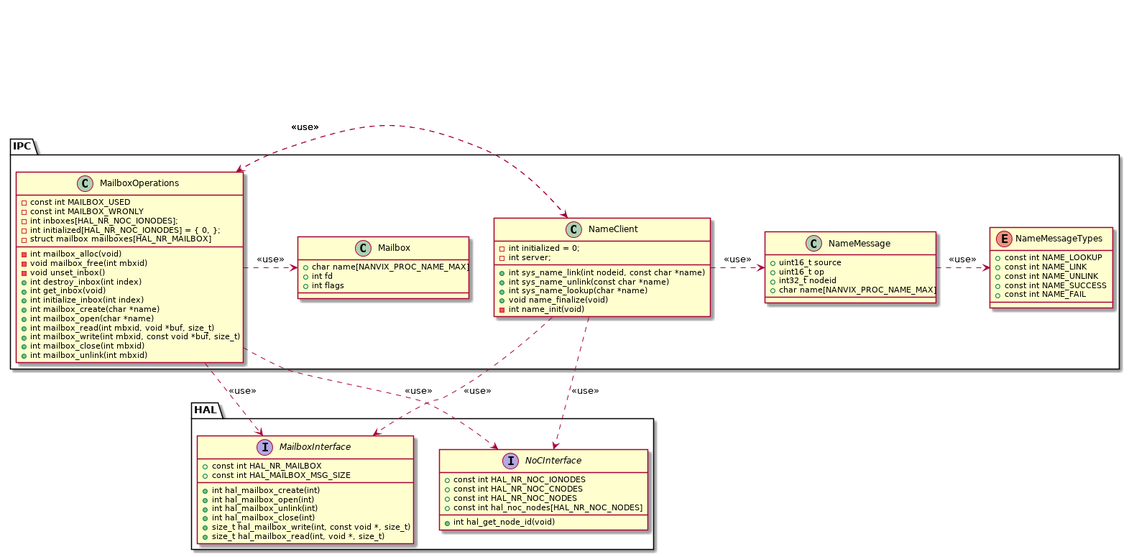
Above: doc/class-diagrams/microkernel.ipc.png in mbcastro/multikernel (PlantUML), before the change.
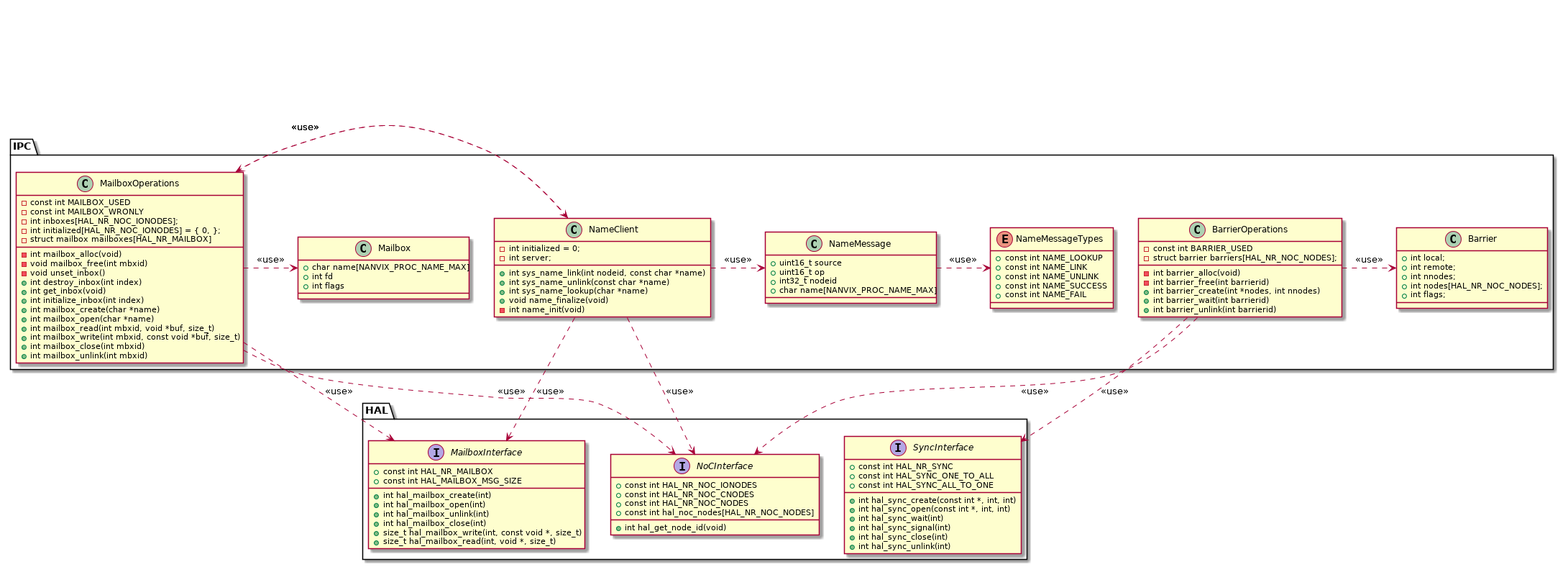
After the change.

Change to the diagram source:
```diff
@@ -74,7 +74,6 @@
 remove HAL.CoreInterface
 remove HAL.CoreTypes
 remove HAL.SetupInterface
-remove HAL.SyncInterface
 remove HAL.PortalInterface
 
 namespace IPC {
@@ -129,6 +128,24 @@
 		+ int mailbox_unlink(int mbxid)
 	}
 
+	class Barrier {
+		+ int local;
+		+ int remote;
+		+ int nnodes;
+		+ int nodes[HAL_NR_NOC_NODES];
+		+ int flags;
+	}
+
+	class BarrierOperations {
+		- const int BARRIER_USED
+		- struct barrier barriers[HAL_NR_NOC_NODES];
+		- int barrier_alloc(void)
+		- int barrier_free(int barrierid)
+		+ int barrier_create(int *nodes, int nnodes)
+		+ int barrier_wait(int barrierid)
+		+ int barrier_unlink(int barrierid)
+	}
+
 	IPC.NameMessage  .> IPC.NameMessageTypes : <<use>>
 	IPC.NameClient   .> IPC.NameMessage      : <<use>>
 	IPC.NameClient  ..> HAL.NoCInterface     : <<use>>
@@ -139,6 +156,10 @@
 	IPC.MailboxOperations   .> HAL.MailboxInterface  : <<use>>
 	IPC.MailboxOperations   .> HAL.NoCInterface      : <<use>>
 	IPC.MailboxOperations   .> NameClient            : <<use>>
+
+	IPC.BarrierOperations .> HAL.SyncInterface : <<use>>
+	IPC.BarrierOperations .> HAL.NoCInterface  : <<use>>
+	IPC.BarrierOperations .> IPC.Barrier       : <<use>>
 }
 
 @enduml
```
